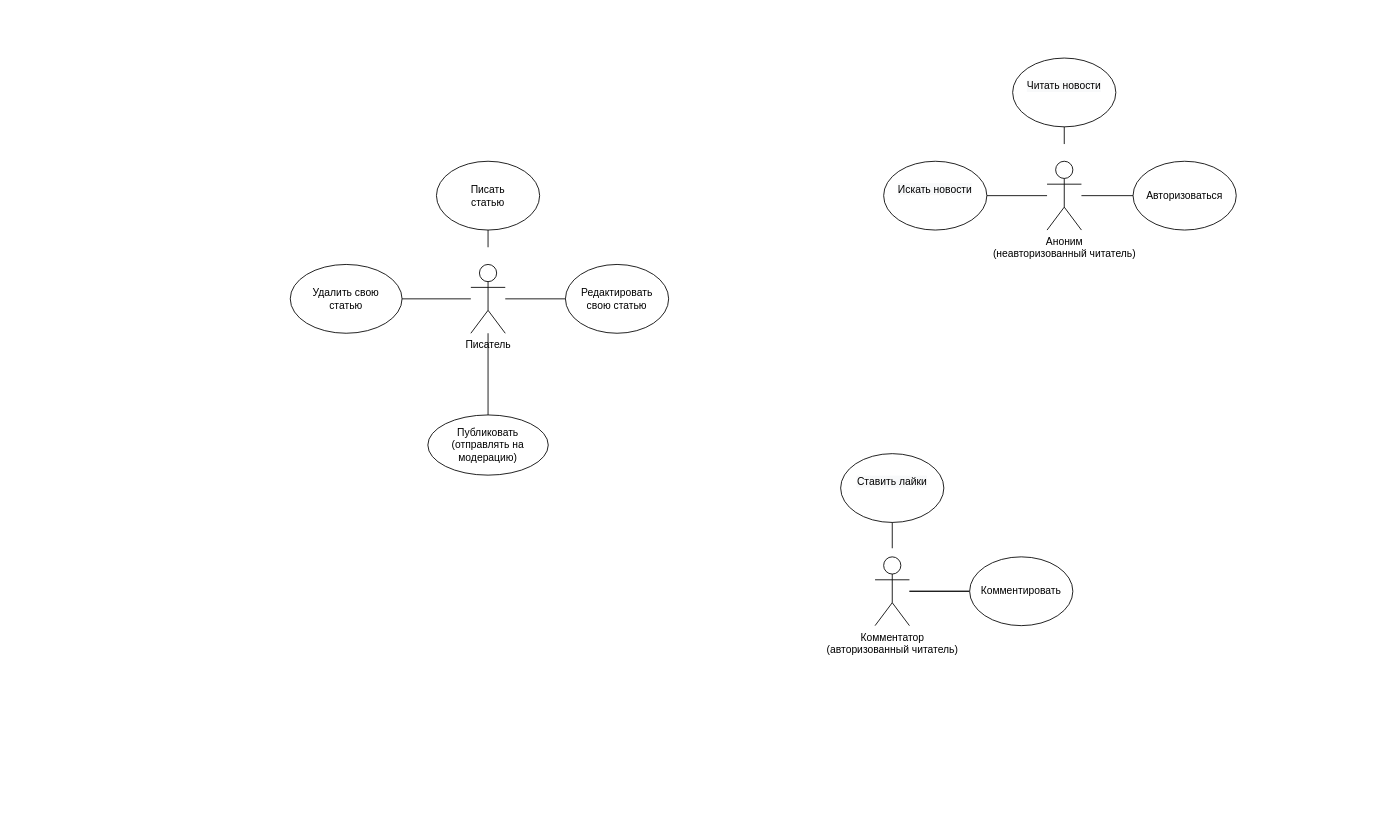
Earlier version of the draw.io diagram uml_diagrams_krista.drawio (Rast-Dan/krista_diagrams). Source tidied: cells renumbered, new cells numbered last; positions are measured from the earlier drawing's top-left corner, leaving out a move shared by most shapes. Both pictures are drawn from the tidied source at 86%, with x=0, y=0 at pixel (290, 58).
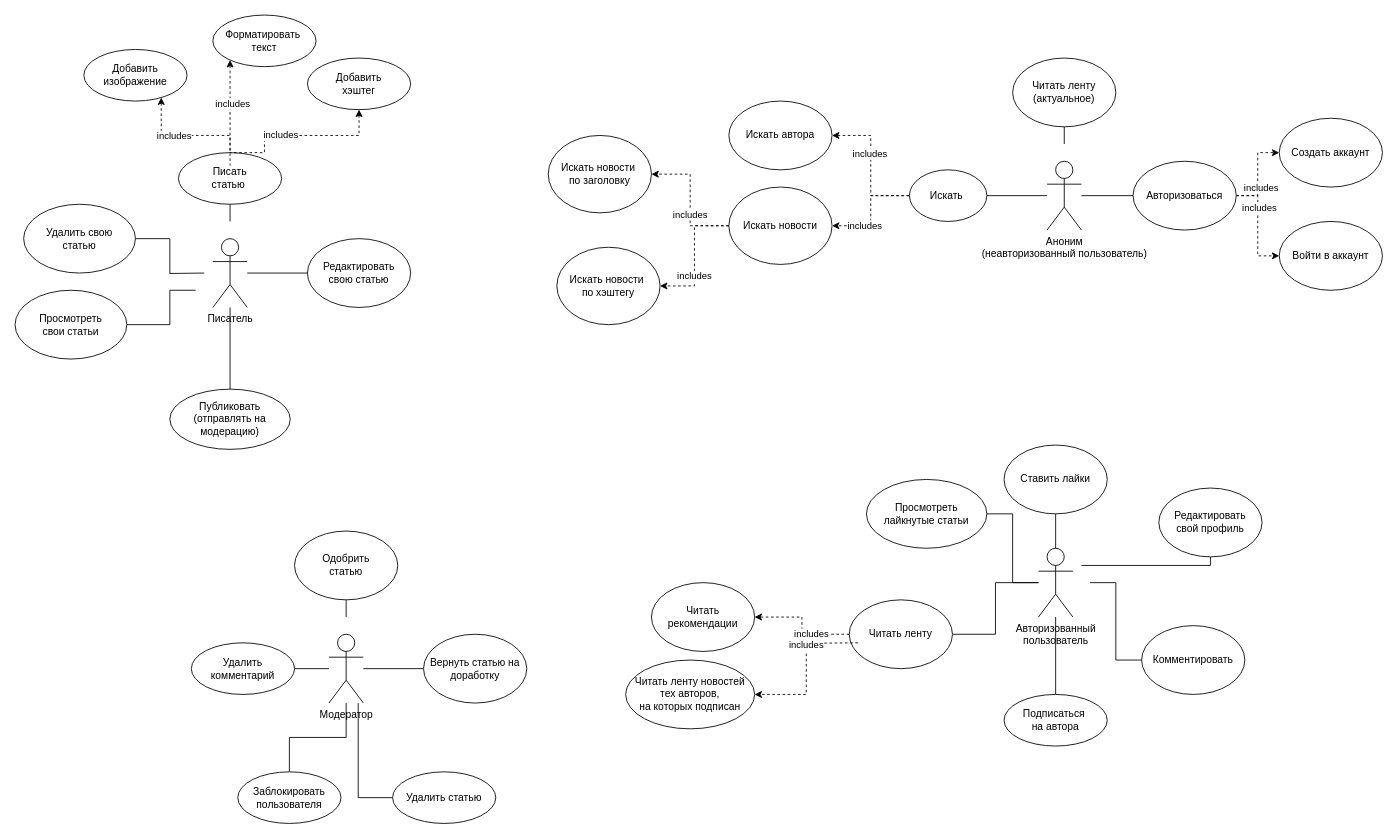
The same diagram, later.

The change refers to these unchanged cells:
```xml
<mxCell id="7" value="Авторизоваться" style="ellipse;whiteSpace=wrap;html=1;" parent="1" vertex="1">
  <mxGeometry x="980" y="120" width="120" height="80" as="geometry" />
</mxCell>
```

What changed in the source:
```diff
@@
-    <mxCell id="2" value="&#10;&lt;span style=&quot;color: rgb(0, 0, 0); font-family: Helvetica; font-size: 12px; font-style: normal; font-variant-ligatures: normal; font-variant-caps: normal; font-weight: 400; letter-spacing: normal; orphans: 2; text-align: center; text-indent: 0px; text-transform: none; widows: 2; word-spacing: 0px; -webkit-text-stroke-width: 0px; background-color: rgb(248, 249, 250); text-decoration-thickness: initial; text-decoration-style: initial; text-decoration-color: initial; float: none; display: inline !important;&quot;&gt;Читать новости&lt;/span&gt;&#10;&#10;" style="ellipse;whiteSpace=wrap;html=1;" parent="1" vertex="1">
+    <mxCell id="2" value="Читать ленту (актуальное)" style="ellipse;whiteSpace=wrap;html=1;" parent="1" vertex="1">
       <mxGeometry x="840" width="120" height="80" as="geometry" />
     </mxCell>
-    <mxCell id="3" value="Аноним &lt;br&gt;(неавторизованный читатель)" style="shape=umlActor;verticalLabelPosition=bottom;verticalAlign=top;html=1;outlineConnect=0;" parent="1" vertex="1">
+    <mxCell id="3" value="Аноним &lt;br&gt;(неавторизованный пользователь)" style="shape=umlActor;verticalLabelPosition=bottom;verticalAlign=top;html=1;outlineConnect=0;" parent="1" vertex="1">
       <mxGeometry x="880" y="120" width="40" height="80" as="geometry" />
     </mxCell>
@@
+    <mxCell id="25" style="edgeStyle=orthogonalEdgeStyle;rounded=0;jettySize=auto;html=1;strokeColor=default;endArrow=classic;endFill=1;dashed=1;" parent="1" edge="1" source="5" target="60">
+      <mxGeometry relative="1" as="geometry" />
+    </mxCell>
+    <mxCell id="26" value="includes" style="edgeLabel;html=1;align=center;verticalAlign=middle;" parent="25" vertex="1">
+      <mxGeometry x="0.41" y="-1" relative="1" as="geometry" />
+    </mxCell>
-    <mxCell id="5" value="&#10;&lt;span style=&quot;color: rgb(0, 0, 0); font-family: Helvetica; font-size: 12px; font-style: normal; font-variant-ligatures: normal; font-variant-caps: normal; font-weight: 400; letter-spacing: normal; orphans: 2; text-align: center; text-indent: 0px; text-transform: none; widows: 2; word-spacing: 0px; -webkit-text-stroke-width: 0px; background-color: rgb(248, 249, 250); text-decoration-thickness: initial; text-decoration-style: initial; text-decoration-color: initial; float: none; display: inline !important;&quot;&gt;Искать новости&lt;/span&gt;&#10;&#10;" style="ellipse;whiteSpace=wrap;html=1;" parent="1" vertex="1">
-      <mxGeometry x="690" y="120" width="120" height="80" as="geometry" />
+    <mxCell id="5" value="Искать&amp;nbsp;" style="ellipse;whiteSpace=wrap;html=1;" parent="1" vertex="1">
+      <mxGeometry x="720" y="130" width="90" height="60" as="geometry" />
     </mxCell>
@@
+    <mxCell id="27" style="edgeStyle=orthogonalEdgeStyle;rounded=0;jettySize=auto;html=1;dashed=1;strokeColor=default;startArrow=none;startFill=0;endArrow=classic;endFill=1;" parent="1" edge="1" source="7" target="67">
+      <mxGeometry relative="1" as="geometry" />
+    </mxCell>
+    <mxCell id="28" value="includes" style="edgeLabel;html=1;align=center;verticalAlign=middle;" parent="27" vertex="1">
+      <mxGeometry x="-0.3" y="-3" relative="1" as="geometry" />
+    </mxCell>
+    <mxCell id="29" style="edgeStyle=orthogonalEdgeStyle;rounded=0;jettySize=auto;html=1;dashed=1;strokeColor=default;startArrow=none;startFill=0;endArrow=classic;endFill=1;" parent="1" edge="1" source="7" target="68">
+      <mxGeometry relative="1" as="geometry" />
+    </mxCell>
+    <mxCell id="30" value="includes" style="edgeLabel;html=1;align=center;verticalAlign=middle;" parent="29" vertex="1">
+      <mxGeometry x="-0.37" y="1" relative="1" as="geometry" />
+    </mxCell>
@@
+    <mxCell id="31" style="edgeStyle=orthogonalEdgeStyle;rounded=0;jettySize=auto;html=1;strokeColor=default;startArrow=none;startFill=0;endArrow=none;endFill=0;" parent="1" edge="1" source="9" target="10">
+      <mxGeometry relative="1" as="geometry" />
+    </mxCell>
-    <mxCell id="9" value="&#10;&lt;span style=&quot;color: rgb(0, 0, 0); font-family: Helvetica; font-size: 12px; font-style: normal; font-variant-ligatures: normal; font-variant-caps: normal; font-weight: 400; letter-spacing: normal; orphans: 2; text-align: center; text-indent: 0px; text-transform: none; widows: 2; word-spacing: 0px; -webkit-text-stroke-width: 0px; background-color: rgb(248, 249, 250); text-decoration-thickness: initial; text-decoration-style: initial; text-decoration-color: initial; float: none; display: inline !important;&quot;&gt;Ставить лайки&lt;/span&gt;&#10;&#10;" style="ellipse;whiteSpace=wrap;html=1;" parent="1" vertex="1">
-      <mxGeometry x="640" y="460" width="120" height="80" as="geometry" />
+    <mxCell id="9" value="Ставить лайки" style="ellipse;whiteSpace=wrap;html=1;" parent="1" vertex="1">
+      <mxGeometry x="830" y="450" width="120" height="80" as="geometry" />
     </mxCell>
+    <mxCell id="32" style="edgeStyle=orthogonalEdgeStyle;rounded=0;jettySize=auto;html=1;strokeColor=default;endArrow=none;endFill=0;" parent="1" edge="1" source="10" target="45">
+      <mxGeometry relative="1" as="geometry" />
+    </mxCell>
+    <mxCell id="33" style="edgeStyle=orthogonalEdgeStyle;rounded=0;jettySize=auto;html=1;strokeColor=default;endArrow=none;endFill=0;" parent="1" edge="1" source="10" target="46">
+      <mxGeometry relative="1" as="geometry" />
+    </mxCell>
-    <mxCell id="10" value="Комментатор &lt;br&gt;(авторизованный читатель)" style="shape=umlActor;verticalLabelPosition=bottom;verticalAlign=top;html=1;outlineConnect=0;" parent="1" vertex="1">
-      <mxGeometry x="680" y="580" width="40" height="80" as="geometry" />
+    <mxCell id="10" value="Авторизованный &lt;br&gt;пользователь" style="shape=umlActor;verticalLabelPosition=bottom;verticalAlign=top;html=1;outlineConnect=0;" parent="1" vertex="1">
+      <mxGeometry x="870" y="570" width="40" height="80" as="geometry" />
     </mxCell>
-    <mxCell id="11" style="edgeStyle=orthogonalEdgeStyle;rounded=0;jettySize=auto;html=1;endArrow=none;endFill=0;" parent="1" edge="1" source="13" target="10">
-      <mxGeometry relative="1" as="geometry" />
-    </mxCell>
-    <mxCell id="12" style="edgeStyle=orthogonalEdgeStyle;rounded=0;jettySize=auto;html=1;strokeColor=default;endArrow=none;endFill=0;" parent="1" edge="1" source="13" target="10">
-      <mxGeometry relative="1" as="geometry" />
+    <mxCell id="12" style="edgeStyle=orthogonalEdgeStyle;rounded=0;jettySize=auto;html=1;strokeColor=default;endArrow=none;endFill=0;" parent="1" edge="1" source="13">
+      <mxGeometry relative="1" as="geometry">
+        <mxPoint x="930" y="610" as="targetPoint" />
+        <Array as="points">
+          <mxPoint x="960" y="700" />
+          <mxPoint x="960" y="610" />
+        </Array>
+      </mxGeometry>
     </mxCell>
     <mxCell id="13" value="Комментировать" style="ellipse;whiteSpace=wrap;html=1;" parent="1" vertex="1">
-      <mxGeometry x="790" y="580" width="120" height="80" as="geometry" />
+      <mxGeometry x="990" y="660" width="120" height="80" as="geometry" />
     </mxCell>
-    <mxCell id="14" style="endArrow=none;html=1;rounded=0;entryX=0.5;entryY=1;entryDx=0;entryDy=0;" parent="1" edge="1" target="9">
-      <mxGeometry relative="1" as="geometry">
-        <mxPoint x="700" y="570" as="sourcePoint" />
-      </mxGeometry>
-    </mxCell>
     <mxCell id="15" style="ellipse;whiteSpace=wrap;html=1;" parent="1" vertex="1">
-      <mxGeometry x="170" y="120" width="120" height="80" as="geometry" />
+      <mxGeometry x="-130" y="110" width="120" height="60" as="geometry" />
     </mxCell>
-    <mxCell id="16" value="Писать статью" style="text;html=1;strokeColor=none;fillColor=none;align=center;verticalAlign=middle;whiteSpace=wrap;rounded=0;" parent="1" vertex="1">
-      <mxGeometry x="200" y="145" width="60" height="30" as="geometry" />
+    <mxCell id="16" value="Писать статью&amp;nbsp;" style="text;html=1;strokeColor=none;fillColor=none;align=center;verticalAlign=middle;whiteSpace=wrap;rounded=0;" parent="1" vertex="1">
+      <mxGeometry x="-100" y="125" width="60" height="30" as="geometry" />
     </mxCell>
-    <mxCell id="17" style="edgeStyle=orthogonalEdgeStyle;rounded=0;jettySize=auto;html=1;strokeColor=default;endArrow=none;endFill=0;" parent="1" edge="1" source="19" target="23">
-      <mxGeometry relative="1" as="geometry" />
+    <mxCell id="17" style="edgeStyle=orthogonalEdgeStyle;rounded=0;jettySize=auto;html=1;strokeColor=default;endArrow=none;endFill=0;" parent="1" edge="1" target="66">
+      <mxGeometry relative="1" as="geometry">
+        <mxPoint x="-110" y="270" as="sourcePoint" />
+        <Array as="points">
+          <mxPoint x="-140" y="270" />
+          <mxPoint x="-140" y="310" />
+        </Array>
+      </mxGeometry>
     </mxCell>
@@
     <mxCell id="19" value="Писатель" style="shape=umlActor;verticalLabelPosition=bottom;verticalAlign=top;html=1;outlineConnect=0;" parent="1" vertex="1">
-      <mxGeometry x="210" y="240" width="40" height="80" as="geometry" />
+      <mxGeometry x="-90" y="210" width="40" height="80" as="geometry" />
     </mxCell>
@@
     <mxCell id="21" value="Редактировать&lt;br&gt;свою статью" style="ellipse;whiteSpace=wrap;html=1;" parent="1" vertex="1">
-      <mxGeometry x="320" y="240" width="120" height="80" as="geometry" />
+      <mxGeometry x="20" y="210" width="120" height="80" as="geometry" />
     </mxCell>
     <mxCell id="22" style="endArrow=none;html=1;rounded=0;entryX=0.5;entryY=1;entryDx=0;entryDy=0;" parent="1" edge="1" target="15">
       <mxGeometry relative="1" as="geometry">
-        <mxPoint x="230" y="220" as="sourcePoint" />
+        <mxPoint x="-70" y="190" as="sourcePoint" />
       </mxGeometry>
     </mxCell>
     <mxCell id="23" value="Удалить свою &lt;br&gt;статью" style="ellipse;whiteSpace=wrap;html=1;verticalAlign=middle;align=center;" parent="1" vertex="1">
-      <mxGeometry y="240" width="130" height="80" as="geometry" />
+      <mxGeometry x="-310" y="170" width="130" height="80" as="geometry" />
     </mxCell>
     <mxCell id="24" value="Публиковать (отправлять на модерацию)" style="ellipse;whiteSpace=wrap;html=1;verticalAlign=middle;" parent="1" vertex="1">
-      <mxGeometry x="160" y="415" width="140" height="70" as="geometry" />
+      <mxGeometry x="-140" y="385" width="140" height="70" as="geometry" />
     </mxCell>
+    <mxCell id="34" value="Одобрить &lt;br&gt;статью" style="ellipse;whiteSpace=wrap;html=1;" parent="1" vertex="1">
+      <mxGeometry x="5" y="550" width="120" height="80" as="geometry" />
+    </mxCell>
+    <mxCell id="35" style="edgeStyle=orthogonalEdgeStyle;rounded=0;jettySize=auto;html=1;strokeColor=default;endArrow=none;endFill=0;" parent="1" edge="1" source="37" target="41">
+      <mxGeometry relative="1" as="geometry" />
+    </mxCell>
+    <mxCell id="36" style="edgeStyle=orthogonalEdgeStyle;rounded=0;jettySize=auto;html=1;strokeColor=default;endArrow=none;endFill=0;" parent="1" edge="1" source="37" target="42">
+      <mxGeometry relative="1" as="geometry" />
+    </mxCell>
+    <mxCell id="37" value="Модератор" style="shape=umlActor;verticalLabelPosition=bottom;verticalAlign=top;html=1;outlineConnect=0;" parent="1" vertex="1">
+      <mxGeometry x="45" y="670" width="40" height="80" as="geometry" />
+    </mxCell>
+    <mxCell id="38" style="edgeStyle=orthogonalEdgeStyle;rounded=0;jettySize=auto;html=1;strokeColor=default;endArrow=none;endFill=0;" parent="1" edge="1" source="39" target="37">
+      <mxGeometry relative="1" as="geometry" />
+    </mxCell>
+    <mxCell id="39" value="Вернуть статью на доработку" style="ellipse;whiteSpace=wrap;html=1;" parent="1" vertex="1">
+      <mxGeometry x="155" y="670" width="120" height="80" as="geometry" />
+    </mxCell>
+    <mxCell id="40" style="endArrow=none;html=1;rounded=0;entryX=0.5;entryY=1;entryDx=0;entryDy=0;" parent="1" edge="1" target="34">
+      <mxGeometry relative="1" as="geometry">
+        <mxPoint x="65" y="650" as="sourcePoint" />
+      </mxGeometry>
+    </mxCell>
+    <mxCell id="41" value="Удалить комментарий" style="ellipse;whiteSpace=wrap;html=1;verticalAlign=middle;" parent="1" vertex="1">
+      <mxGeometry x="-115" y="680" width="120" height="60" as="geometry" />
+    </mxCell>
+    <mxCell id="42" value="Заблокировать пользователя" style="ellipse;whiteSpace=wrap;html=1;verticalAlign=middle;" parent="1" vertex="1">
+      <mxGeometry x="-61" y="830" width="120" height="60" as="geometry" />
+    </mxCell>
+    <mxCell id="43" style="edgeStyle=orthogonalEdgeStyle;rounded=0;jettySize=auto;html=1;strokeColor=default;endArrow=none;endFill=0;" parent="1" edge="1" source="44" target="37">
+      <mxGeometry relative="1" as="geometry">
+        <Array as="points">
+          <mxPoint x="79" y="860" />
+        </Array>
+      </mxGeometry>
+    </mxCell>
+    <mxCell id="44" value="Удалить статью" style="ellipse;whiteSpace=wrap;html=1;verticalAlign=middle;" parent="1" vertex="1">
+      <mxGeometry x="119" y="830" width="120" height="60" as="geometry" />
+    </mxCell>
+    <mxCell id="45" value="Просмотреть &lt;br&gt;лайкнутые статьи" style="ellipse;whiteSpace=wrap;html=1;verticalAlign=middle;" parent="1" vertex="1">
+      <mxGeometry x="670" y="490" width="140" height="80" as="geometry" />
+    </mxCell>
+    <mxCell id="46" value="Подписаться&amp;nbsp;&lt;br&gt;на автора" style="ellipse;whiteSpace=wrap;html=1;verticalAlign=middle;" parent="1" vertex="1">
+      <mxGeometry x="830" y="740" width="120" height="60" as="geometry" />
+    </mxCell>
+    <mxCell id="47" style="edgeStyle=orthogonalEdgeStyle;rounded=0;jettySize=auto;html=1;dashed=1;strokeColor=default;startArrow=classic;startFill=1;endArrow=none;endFill=0;" parent="1" edge="1" source="49" target="15">
+      <mxGeometry relative="1" as="geometry">
+        <Array as="points">
+          <mxPoint x="-150" y="90" />
+          <mxPoint x="-70" y="90" />
+        </Array>
+      </mxGeometry>
+    </mxCell>
+    <mxCell id="48" value="includes" style="edgeLabel;html=1;align=center;verticalAlign=middle;" parent="47" vertex="1">
+      <mxGeometry x="-0.18" relative="1" as="geometry" />
+    </mxCell>
+    <mxCell id="49" value="Добавить изображение" style="ellipse;whiteSpace=wrap;html=1;" parent="1" vertex="1">
+      <mxGeometry x="-240" y="-10" width="120" height="60" as="geometry" />
+    </mxCell>
+    <mxCell id="50" style="edgeStyle=orthogonalEdgeStyle;rounded=0;jettySize=auto;html=1;strokeColor=default;endArrow=none;endFill=0;dashed=1;startArrow=classic;startFill=1;" parent="1" edge="1" source="52" target="16">
+      <mxGeometry relative="1" as="geometry">
+        <Array as="points">
+          <mxPoint x="-70" y="40" />
+          <mxPoint x="-70" y="40" />
+        </Array>
+      </mxGeometry>
+    </mxCell>
+    <mxCell id="51" value="includes" style="edgeLabel;html=1;align=center;verticalAlign=middle;" parent="50" vertex="1">
+      <mxGeometry x="-0.18" y="1" relative="1" as="geometry">
+        <mxPoint x="1" as="offset" />
+      </mxGeometry>
+    </mxCell>
+    <mxCell id="52" value="Форматировать&amp;nbsp;&lt;br&gt;текст" style="ellipse;whiteSpace=wrap;html=1;" parent="1" vertex="1">
+      <mxGeometry x="-90" y="-50" width="120" height="60" as="geometry" />
+    </mxCell>
+    <mxCell id="53" style="edgeStyle=orthogonalEdgeStyle;rounded=0;jettySize=auto;html=1;dashed=1;strokeColor=default;startArrow=classic;startFill=1;endArrow=none;endFill=0;" parent="1" edge="1" source="55">
+      <mxGeometry relative="1" as="geometry">
+        <mxPoint x="-70" y="110" as="targetPoint" />
+        <Array as="points">
+          <mxPoint x="-30" y="90" />
+          <mxPoint x="-30" y="110" />
+        </Array>
+      </mxGeometry>
+    </mxCell>
+    <mxCell id="54" value="includes" style="edgeLabel;html=1;align=center;verticalAlign=middle;" parent="53" vertex="1">
+      <mxGeometry x="0.22" y="-1" relative="1" as="geometry" />
+    </mxCell>
+    <mxCell id="55" value="Добавить &lt;br&gt;хэштег" style="ellipse;whiteSpace=wrap;html=1;" parent="1" vertex="1">
+      <mxGeometry x="20" width="120" height="60" as="geometry" />
+    </mxCell>
+    <mxCell id="56" style="edgeStyle=orthogonalEdgeStyle;rounded=0;jettySize=auto;html=1;strokeColor=default;endArrow=classic;endFill=1;dashed=1;" parent="1" edge="1" source="60" target="64">
+      <mxGeometry relative="1" as="geometry" />
+    </mxCell>
+    <mxCell id="57" value="includes" style="edgeLabel;html=1;align=center;verticalAlign=middle;" parent="56" vertex="1">
+      <mxGeometry x="-0.22" y="1" relative="1" as="geometry" />
+    </mxCell>
+    <mxCell id="58" style="edgeStyle=orthogonalEdgeStyle;rounded=0;jettySize=auto;html=1;dashed=1;strokeColor=default;endArrow=classic;endFill=1;" parent="1" edge="1" source="60" target="65">
+      <mxGeometry relative="1" as="geometry" />
+    </mxCell>
+    <mxCell id="59" value="includes" style="edgeLabel;html=1;align=center;verticalAlign=middle;" parent="58" vertex="1">
+      <mxGeometry x="0.31" y="-1" relative="1" as="geometry" />
+    </mxCell>
+    <mxCell id="60" value="Искать новости" style="ellipse;whiteSpace=wrap;html=1;" parent="1" vertex="1">
+      <mxGeometry x="510" y="150" width="120" height="90" as="geometry" />
+    </mxCell>
+    <mxCell id="61" style="edgeStyle=orthogonalEdgeStyle;rounded=0;jettySize=auto;html=1;strokeColor=default;endArrow=none;endFill=0;entryX=0;entryY=0.5;entryDx=0;entryDy=0;dashed=1;startArrow=classic;startFill=1;" parent="1" edge="1" source="63" target="5">
+      <mxGeometry relative="1" as="geometry" />
+    </mxCell>
+    <mxCell id="62" value="includes" style="edgeLabel;html=1;align=center;verticalAlign=middle;" parent="61" vertex="1">
+      <mxGeometry x="-0.17" y="-2" relative="1" as="geometry" />
+    </mxCell>
+    <mxCell id="63" value="Искать автора" style="ellipse;whiteSpace=wrap;html=1;" parent="1" vertex="1">
+      <mxGeometry x="510" y="50" width="120" height="80" as="geometry" />
+    </mxCell>
+    <mxCell id="64" value="Искать новости&amp;nbsp;&lt;br&gt;по заголовку" style="ellipse;whiteSpace=wrap;html=1;" parent="1" vertex="1">
+      <mxGeometry x="300" y="90" width="120" height="90" as="geometry" />
+    </mxCell>
+    <mxCell id="65" value="Искать новости&amp;nbsp;&lt;br&gt;по хэштегу" style="ellipse;whiteSpace=wrap;html=1;" parent="1" vertex="1">
+      <mxGeometry x="310" y="220" width="120" height="90" as="geometry" />
+    </mxCell>
+    <mxCell id="66" value="Просмотреть &lt;br&gt;свои статьи" style="ellipse;whiteSpace=wrap;html=1;verticalAlign=middle;align=center;" parent="1" vertex="1">
+      <mxGeometry x="-320" y="270" width="130" height="80" as="geometry" />
+    </mxCell>
+    <mxCell id="67" value="Создать аккаунт" style="ellipse;whiteSpace=wrap;html=1;" parent="1" vertex="1">
+      <mxGeometry x="1150" y="70" width="120" height="80" as="geometry" />
+    </mxCell>
+    <mxCell id="68" value="Войти в аккаунт" style="ellipse;whiteSpace=wrap;html=1;" parent="1" vertex="1">
+      <mxGeometry x="1150" y="190" width="120" height="80" as="geometry" />
+    </mxCell>
+    <mxCell id="69" style="edgeStyle=orthogonalEdgeStyle;rounded=0;jettySize=auto;html=1;strokeColor=default;endArrow=none;endFill=0;entryX=1;entryY=0.5;entryDx=0;entryDy=0;" parent="1" edge="1" target="23">
+      <mxGeometry relative="1" as="geometry">
+        <mxPoint x="-100" y="250" as="sourcePoint" />
+      </mxGeometry>
+    </mxCell>
+    <mxCell id="70" style="edgeStyle=orthogonalEdgeStyle;rounded=0;jettySize=auto;html=1;strokeColor=default;startArrow=none;startFill=0;endArrow=none;endFill=0;" parent="1" edge="1" source="71">
+      <mxGeometry relative="1" as="geometry">
+        <mxPoint x="920" y="590" as="targetPoint" />
+        <Array as="points">
+          <mxPoint x="920" y="590" />
+        </Array>
+      </mxGeometry>
+    </mxCell>
+    <mxCell id="71" value="Редактировать &lt;br&gt;свой профиль" style="ellipse;whiteSpace=wrap;html=1;" parent="1" vertex="1">
+      <mxGeometry x="1010" y="500" width="120" height="80" as="geometry" />
+    </mxCell>
+    <mxCell id="72" style="edgeStyle=orthogonalEdgeStyle;rounded=0;jettySize=auto;html=1;strokeColor=default;startArrow=none;startFill=0;endArrow=none;endFill=0;" parent="1" edge="1" source="75" target="10">
+      <mxGeometry relative="1" as="geometry" />
+    </mxCell>
+    <mxCell id="73" style="edgeStyle=orthogonalEdgeStyle;rounded=0;jettySize=auto;html=1;strokeColor=default;startArrow=none;startFill=0;endArrow=classic;endFill=1;dashed=1;" parent="1" edge="1" source="75" target="76">
+      <mxGeometry relative="1" as="geometry" />
+    </mxCell>
+    <mxCell id="74" value="includes" style="edgeLabel;html=1;align=center;verticalAlign=middle;" parent="73" vertex="1">
+      <mxGeometry x="-0.31" y="-1" relative="1" as="geometry" />
+    </mxCell>
+    <mxCell id="75" value="Читать ленту" style="ellipse;whiteSpace=wrap;html=1;verticalAlign=middle;" parent="1" vertex="1">
+      <mxGeometry x="650" y="630" width="120" height="80" as="geometry" />
+    </mxCell>
+    <mxCell id="76" value="Читать рекомендации" style="ellipse;whiteSpace=wrap;html=1;verticalAlign=middle;" parent="1" vertex="1">
+      <mxGeometry x="420" y="610" width="120" height="80" as="geometry" />
+    </mxCell>
+    <mxCell id="77" value="Читать ленту новостей тех авторов, &lt;br&gt;на которых подписан" style="ellipse;whiteSpace=wrap;html=1;verticalAlign=middle;" parent="1" vertex="1">
+      <mxGeometry x="390" y="700" width="150" height="80" as="geometry" />
+    </mxCell>
+    <mxCell id="78" style="edgeStyle=orthogonalEdgeStyle;rounded=0;jettySize=auto;html=1;strokeColor=default;startArrow=none;startFill=0;endArrow=classic;endFill=1;dashed=1;entryX=1;entryY=0.5;entryDx=0;entryDy=0;" parent="1" edge="1" target="77">
+      <mxGeometry relative="1" as="geometry">
+        <mxPoint x="660" y="680" as="sourcePoint" />
+      </mxGeometry>
+    </mxCell>
+    <mxCell id="79" value="includes" style="edgeLabel;html=1;align=center;verticalAlign=middle;" parent="78" vertex="1">
+      <mxGeometry x="-0.31" y="-1" relative="1" as="geometry" />
+    </mxCell>
```
